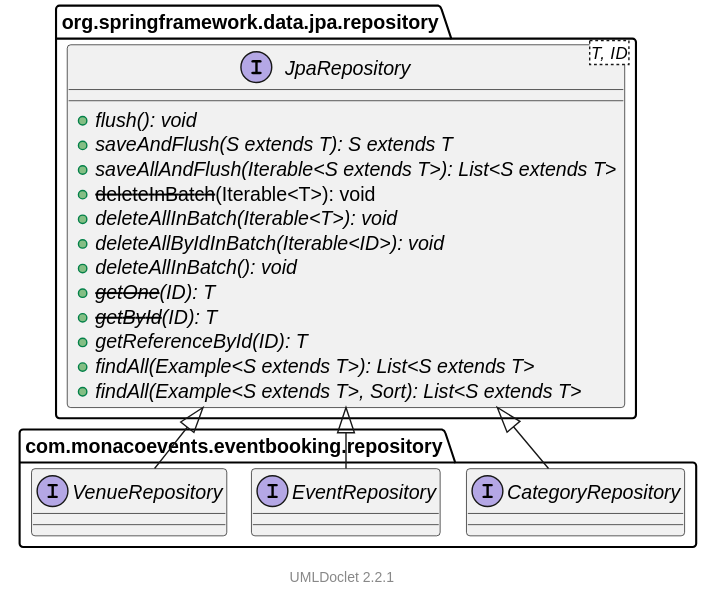
This is docs/uml/com/monacoevents/eventbooking/repository/package.svg from LorisDrid/event-booking-api, a PlantUML export, as it was before one commit.
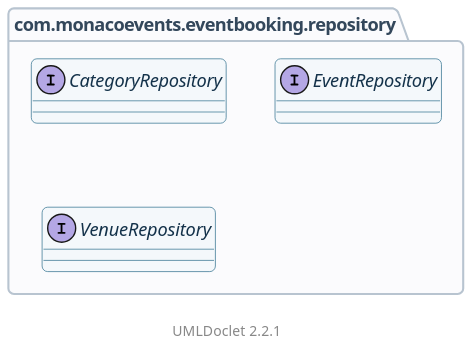
After the commit.

The edit, as a diff of the source:
```diff
@@ -1,7 +1,20 @@
 @startuml
 
 
-    !pragma layout smetana
+    skinparam shadowing false
+    skinparam roundCorner 8
+    skinparam defaultFontName Segoe UI
+    skinparam defaultFontSize 13
+    skinparam classBackgroundColor #F4F8FB
+    skinparam classBorderColor #2C6E8C
+    skinparam classArrowColor #2C6E8C
+    skinparam classFontColor #14324A
+    skinparam interfaceBackgroundColor #EAF6F0
+    skinparam interfaceBorderColor #2E9E6C
+    skinparam packageBackgroundColor #FBFBFD
+    skinparam packageBorderColor #B8C4D0
+    skinparam packageFontColor #33475B
+    !pragma layout dot
     set separator ::
 
     package com.monacoevents.eventbooking.repository {
@@ -14,27 +27,6 @@
 
     }
 
-    package org.springframework.data.jpa.repository {
-        interface JpaRepository<T, ID> {
-            {abstract} +flush(): void
-            {abstract} +saveAndFlush(S extends T): S extends T
-            {abstract} +saveAllAndFlush(Iterable<S extends T>): List<S extends T>
-            +--deleteInBatch--(Iterable<T>): void
-            {abstract} +deleteAllInBatch(Iterable<T>): void
-            {abstract} +deleteAllByIdInBatch(Iterable<ID>): void
-            {abstract} +deleteAllInBatch(): void
-            {abstract} +--getOne--(ID): T
-            {abstract} +--getById--(ID): T
-            {abstract} +getReferenceById(ID): T
-            {abstract} +findAll(Example<S extends T>): List<S extends T>
-            {abstract} +findAll(Example<S extends T>, Sort): List<S extends T>
-        }
-    }
-
-    org.springframework.data.jpa.repository::JpaRepository <|-- com.monacoevents.eventbooking.repository::CategoryRepository
-    org.springframework.data.jpa.repository::JpaRepository <|-- com.monacoevents.eventbooking.repository::EventRepository
-    org.springframework.data.jpa.repository::JpaRepository <|-- com.monacoevents.eventbooking.repository::VenueRepository
-
     <style>
         footer {
             HyperLinkColor #8
```
